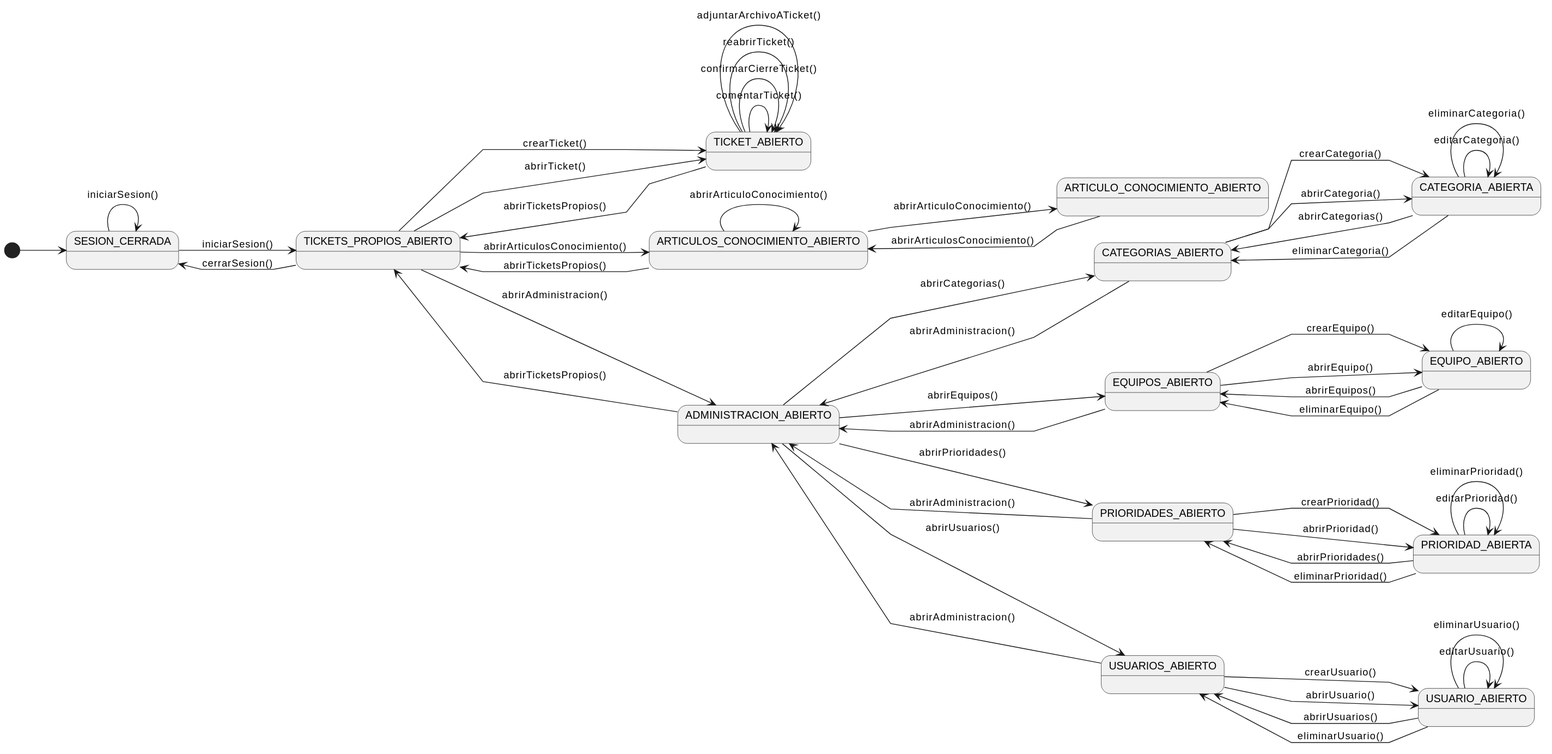
Dievex/01-HelpDesk keeps this PlantUML diagram as puml/01-fase-inicio/diagramas-contexto/actor-administrador.svg. Above is the earlier version. The source it was exported from:
```plantuml
@startuml
left to right direction
skinparam linetype polyline

state SESION_CERRADA
state TICKETS_PROPIOS_ABIERTO
state TICKET_ABIERTO
state ARTICULOS_CONOCIMIENTO_ABIERTO
state ARTICULO_CONOCIMIENTO_ABIERTO
state ADMINISTRACION_ABIERTO
state CATEGORIAS_ABIERTO
state CATEGORIA_ABIERTA
state EQUIPOS_ABIERTO
state EQUIPO_ABIERTO
state PRIORIDADES_ABIERTO
state PRIORIDAD_ABIERTA
state USUARIOS_ABIERTO
state USUARIO_ABIERTO

[*] --> SESION_CERRADA

SESION_CERRADA --> TICKETS_PROPIOS_ABIERTO : iniciarSesion()
SESION_CERRADA --> SESION_CERRADA : iniciarSesion()
TICKETS_PROPIOS_ABIERTO --> SESION_CERRADA : cerrarSesion()

TICKETS_PROPIOS_ABIERTO --> TICKET_ABIERTO : crearTicket()
TICKETS_PROPIOS_ABIERTO --> TICKET_ABIERTO : abrirTicket()
TICKET_ABIERTO --> TICKETS_PROPIOS_ABIERTO : abrirTicketsPropios()

TICKET_ABIERTO --> TICKET_ABIERTO : comentarTicket()
TICKET_ABIERTO --> TICKET_ABIERTO : confirmarCierreTicket()
TICKET_ABIERTO --> TICKET_ABIERTO : reabrirTicket()
TICKET_ABIERTO --> TICKET_ABIERTO : adjuntarArchivoATicket()

TICKETS_PROPIOS_ABIERTO --> ARTICULOS_CONOCIMIENTO_ABIERTO : abrirArticulosConocimiento()
ARTICULOS_CONOCIMIENTO_ABIERTO --> TICKETS_PROPIOS_ABIERTO : abrirTicketsPropios()
ARTICULOS_CONOCIMIENTO_ABIERTO --> ARTICULO_CONOCIMIENTO_ABIERTO : abrirArticuloConocimiento()
ARTICULOS_CONOCIMIENTO_ABIERTO --> ARTICULOS_CONOCIMIENTO_ABIERTO : abrirArticuloConocimiento()
ARTICULO_CONOCIMIENTO_ABIERTO --> ARTICULOS_CONOCIMIENTO_ABIERTO : abrirArticulosConocimiento()


TICKETS_PROPIOS_ABIERTO --> ADMINISTRACION_ABIERTO : abrirAdministracion()
ADMINISTRACION_ABIERTO --> TICKETS_PROPIOS_ABIERTO : abrirTicketsPropios()

ADMINISTRACION_ABIERTO --> CATEGORIAS_ABIERTO : abrirCategorias()
CATEGORIAS_ABIERTO --> ADMINISTRACION_ABIERTO : abrirAdministracion()
CATEGORIAS_ABIERTO --> CATEGORIA_ABIERTA : crearCategoria()
CATEGORIAS_ABIERTO --> CATEGORIA_ABIERTA : abrirCategoria()
CATEGORIA_ABIERTA --> CATEGORIAS_ABIERTO : abrirCategorias()
CATEGORIA_ABIERTA --> CATEGORIA_ABIERTA : editarCategoria()
CATEGORIA_ABIERTA --> CATEGORIAS_ABIERTO : eliminarCategoria()
CATEGORIA_ABIERTA --> CATEGORIA_ABIERTA : eliminarCategoria()

ADMINISTRACION_ABIERTO --> EQUIPOS_ABIERTO : abrirEquipos()
EQUIPOS_ABIERTO --> ADMINISTRACION_ABIERTO : abrirAdministracion()
EQUIPOS_ABIERTO --> EQUIPO_ABIERTO : crearEquipo()
EQUIPOS_ABIERTO --> EQUIPO_ABIERTO : abrirEquipo()
EQUIPO_ABIERTO --> EQUIPOS_ABIERTO : abrirEquipos()
EQUIPO_ABIERTO --> EQUIPO_ABIERTO : editarEquipo()
EQUIPO_ABIERTO --> EQUIPOS_ABIERTO : eliminarEquipo()

ADMINISTRACION_ABIERTO --> PRIORIDADES_ABIERTO : abrirPrioridades()
PRIORIDADES_ABIERTO --> ADMINISTRACION_ABIERTO : abrirAdministracion()
PRIORIDADES_ABIERTO --> PRIORIDAD_ABIERTA : crearPrioridad()
PRIORIDADES_ABIERTO --> PRIORIDAD_ABIERTA : abrirPrioridad()
PRIORIDAD_ABIERTA --> PRIORIDADES_ABIERTO : abrirPrioridades()
PRIORIDAD_ABIERTA --> PRIORIDAD_ABIERTA : editarPrioridad()
PRIORIDAD_ABIERTA --> PRIORIDADES_ABIERTO : eliminarPrioridad()
PRIORIDAD_ABIERTA --> PRIORIDAD_ABIERTA : eliminarPrioridad()

ADMINISTRACION_ABIERTO --> USUARIOS_ABIERTO : abrirUsuarios()
USUARIOS_ABIERTO --> ADMINISTRACION_ABIERTO : abrirAdministracion()
USUARIOS_ABIERTO --> USUARIO_ABIERTO : crearUsuario()
USUARIOS_ABIERTO --> USUARIO_ABIERTO : abrirUsuario()
USUARIO_ABIERTO --> USUARIOS_ABIERTO : abrirUsuarios()
USUARIO_ABIERTO --> USUARIO_ABIERTO : editarUsuario()
USUARIO_ABIERTO --> USUARIOS_ABIERTO : eliminarUsuario()
USUARIO_ABIERTO --> USUARIO_ABIERTO : eliminarUsuario()
@enduml
```
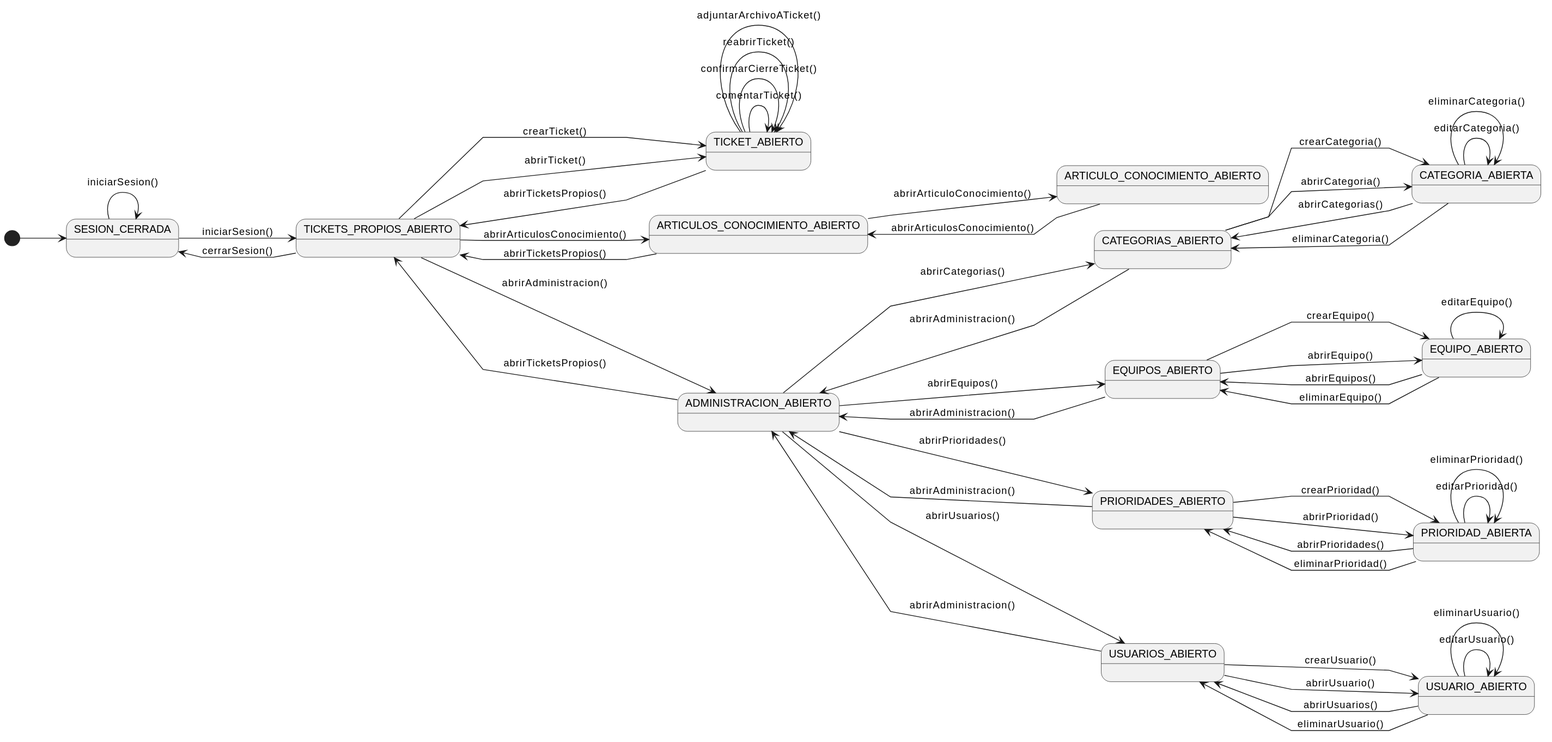
After the commit.

What changed in the source:
```diff
@@ -35,7 +35,6 @@
 TICKETS_PROPIOS_ABIERTO --> ARTICULOS_CONOCIMIENTO_ABIERTO : abrirArticulosConocimiento()
 ARTICULOS_CONOCIMIENTO_ABIERTO --> TICKETS_PROPIOS_ABIERTO : abrirTicketsPropios()
 ARTICULOS_CONOCIMIENTO_ABIERTO --> ARTICULO_CONOCIMIENTO_ABIERTO : abrirArticuloConocimiento()
-ARTICULOS_CONOCIMIENTO_ABIERTO --> ARTICULOS_CONOCIMIENTO_ABIERTO : abrirArticuloConocimiento()
 ARTICULO_CONOCIMIENTO_ABIERTO --> ARTICULOS_CONOCIMIENTO_ABIERTO : abrirArticulosConocimiento()
 
 
```
